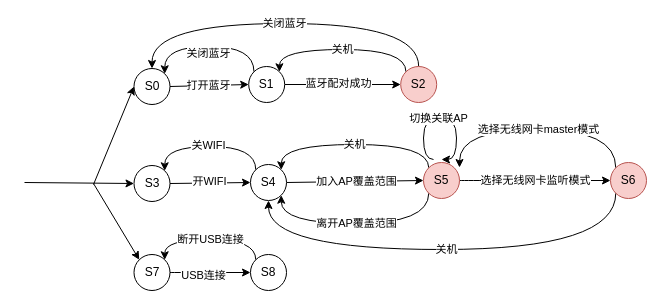
Icarus1994/neutron_conf keeps this draw.io diagram as page "方法三：并行自动机_笔记本行为" (9 of 9) of 时间自动机.drawio. Above is the earlier version. Source tidied: cells renumbered, new cells numbered last; positions are measured from the earlier drawing's top-left corner, leaving out a move shared by most shapes. Both pictures are drawn from the tidied source at 100%, with x=0, y=0 at pixel (24, 23).
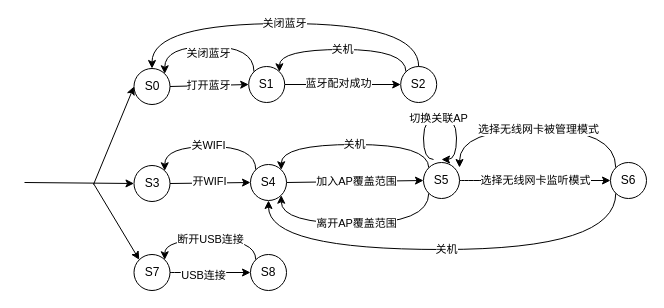
Above is the later version.

Change to the diagram source:
```diff
@@
-    <mxCell id="15" value="S5" style="ellipse;whiteSpace=wrap;html=1;fillColor=#f8cecc;strokeColor=#b85450;" parent="1" vertex="1">
+    <mxCell id="15" value="S5" style="ellipse;whiteSpace=wrap;html=1;" parent="1" vertex="1">
       <mxGeometry x="399" y="139" width="36" height="36" as="geometry" />
     </mxCell>
@@
-    <mxCell id="25" value="S2" style="ellipse;whiteSpace=wrap;html=1;fillColor=#f8cecc;strokeColor=#b85450;" parent="1" vertex="1">
+    <mxCell id="25" value="S2" style="ellipse;whiteSpace=wrap;html=1;" parent="1" vertex="1">
       <mxGeometry x="376.2" y="43" width="36" height="36" as="geometry" />
     </mxCell>
-    <mxCell id="26" value="选择无线网卡master模式" style="edgeStyle=orthogonalEdgeStyle;curved=1;rounded=0;jettySize=auto;html=1;exitX=0;exitY=0;exitDx=0;exitDy=0;startArrow=none;startFill=0;endArrow=classic;endFill=1;" parent="1" edge="1" source="28">
+    <mxCell id="26" value="选择无线网卡被管理模式" style="edgeStyle=orthogonalEdgeStyle;curved=1;rounded=0;jettySize=auto;html=1;exitX=0;exitY=0;exitDx=0;exitDy=0;startArrow=none;startFill=0;endArrow=classic;endFill=1;" parent="1" edge="1" source="28">
       <mxGeometry relative="1" as="geometry">
         <mxPoint x="435" y="144" as="targetPoint" />
         <Array as="points">
           <mxPoint x="591" y="106" />
           <mxPoint x="435" y="106" />
         </Array>
       </mxGeometry>
     </mxCell>
@@
-    <mxCell id="28" value="S6" style="ellipse;whiteSpace=wrap;html=1;fillColor=#f8cecc;strokeColor=#b85450;" parent="1" vertex="1">
+    <mxCell id="28" value="S6" style="ellipse;whiteSpace=wrap;html=1;" parent="1" vertex="1">
       <mxGeometry x="586" y="139" width="36" height="36" as="geometry" />
     </mxCell>
```
